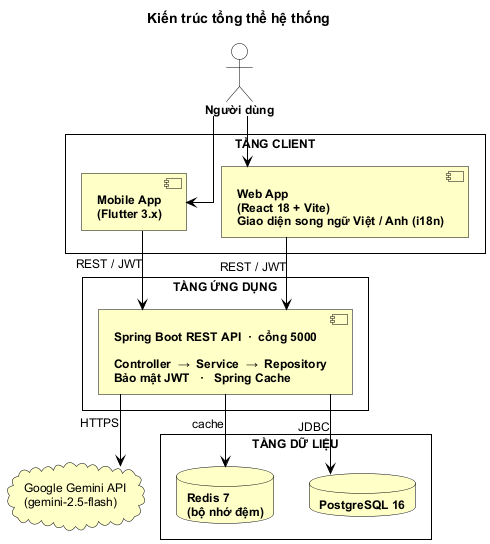
Above: docs/uml/png/architecture.png in nhathao428/taskhub (PlantUML), before the change.
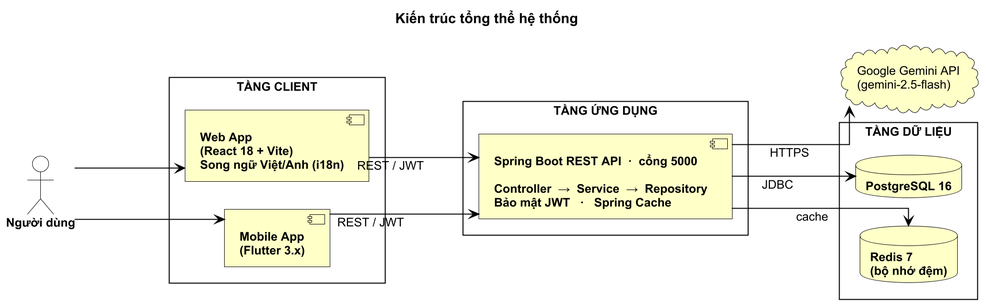
After the change.

Change to the diagram source:
```diff
@@ -2,15 +2,17 @@
 !include _style.puml
 title Kiến trúc tổng thể hệ thống
 
+left to right direction
+skinparam dpi 200
 skinparam componentStyle uml2
 skinparam linetype ortho
-skinparam nodesep 35
-skinparam ranksep 50
+skinparam nodesep 28
+skinparam ranksep 110
 
 actor "Người dùng" as User
 
 rectangle "TẦNG CLIENT" as ClientTier {
-  component "Web App\n(React 18 + Vite)\nGiao diện song ngữ Việt / Anh (i18n)" as Web
+  component "Web App\n(React 18 + Vite)\nSong ngữ Việt/Anh (i18n)" as Web
   component "Mobile App\n(Flutter 3.x)" as Mobile
 }
 
```
